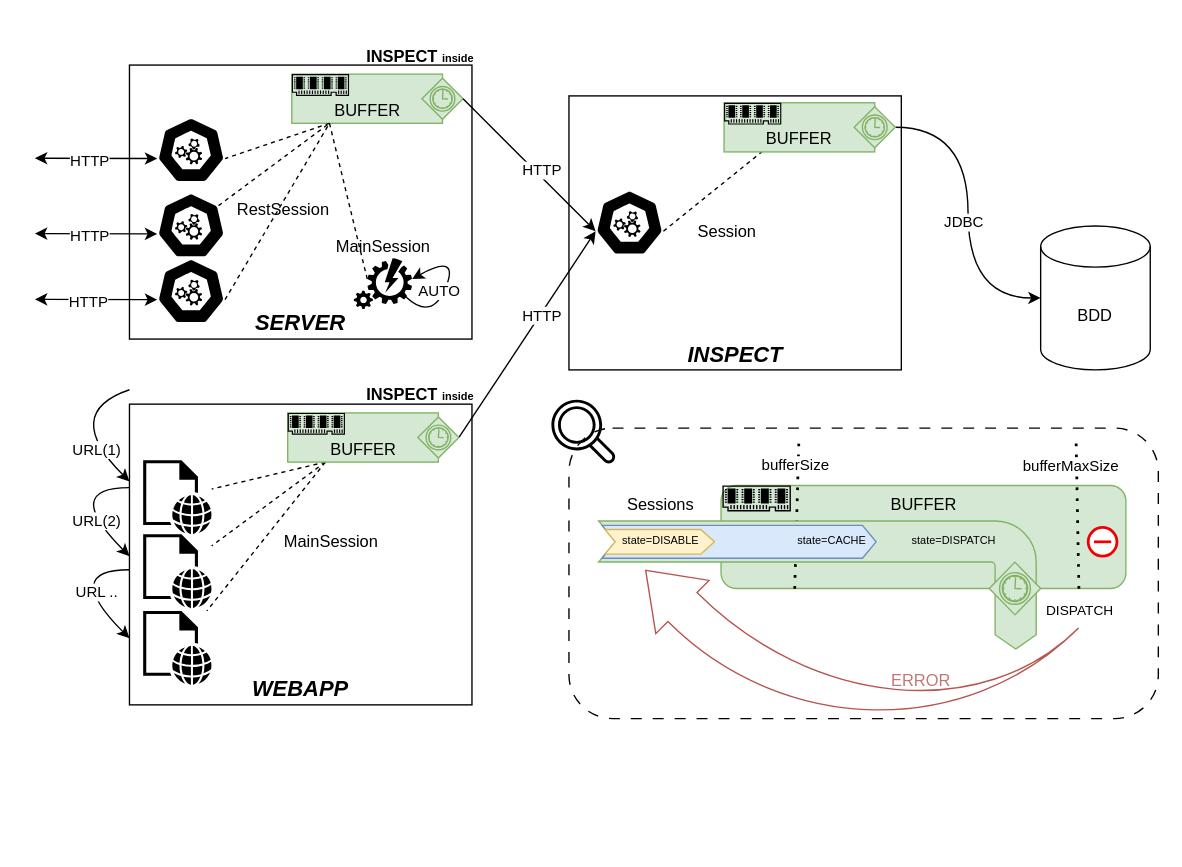
oneteme/inspect-core keeps this draw.io diagram as page "buffer" (4 of 5) of doc/diagram/Diagramme sans nom.drawio. Above is the earlier version. Source tidied: cells renumbered, new cells numbered last; positions are measured from the earlier drawing's top-left corner, leaving out a move shared by most shapes. Both pictures are drawn from the tidied source at 137%, with x=0, y=0 at pixel (34, 23).
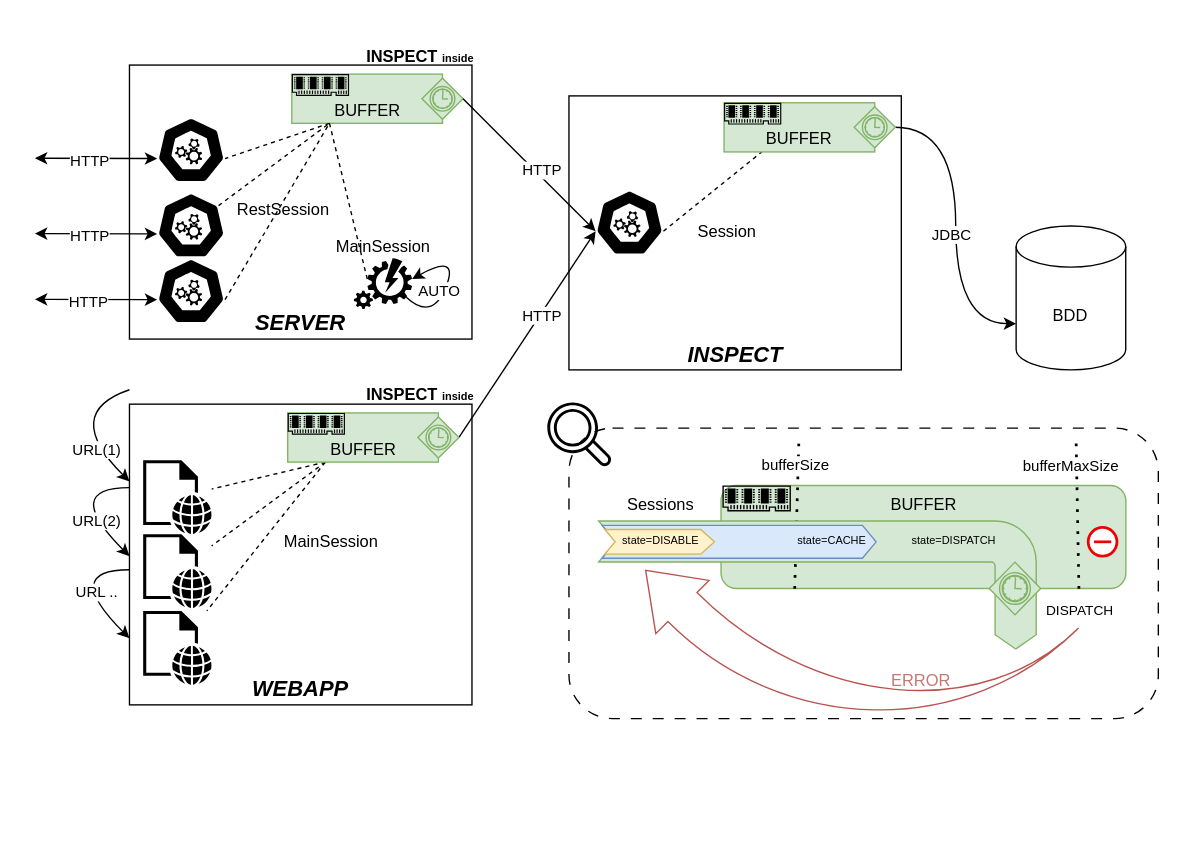
The same page after the edit.

The change refers to these unchanged cells:
```xml
<mxCell id="70" style="points=[[0.25,0.25,0],[0.5,0,0],[0.75,0.25,0],[1,0.5,0],[0.75,0.75,0],[0.5,1,0],[0.25,0.75,0],[0,0.5,0]];shape=mxgraph.bpmn.gateway2;html=1;verticalLabelPosition=bottom;labelBackgroundColor=#ffffff;verticalAlign=top;align=center;perimeter=rhombusPerimeter;outlineConnect=0;outline=catching;symbol=timer;fillColor=#d5e8d4;strokeColor=#82b366;" parent="1" vertex="1">
  <mxGeometry x="598" y="60.4" width="30" height="30" as="geometry" />
</mxCell>
```

Change to the diagram source:
```diff
@@
     <mxCell id="18" value="BDD" style="shape=cylinder3;whiteSpace=wrap;html=1;boundedLbl=1;backgroundOutline=1;size=15;" parent="1" vertex="1">
-      <mxGeometry x="734.1" y="147.5" width="80" height="105" as="geometry" />
+      <mxGeometry x="716.2" y="147.5" width="80" height="105" as="geometry" />
     </mxCell>
@@
-    <mxCell id="40" style="endArrow=classic;startArrow=none;html=1;rounded=0;entryX=0;entryY=0.5;entryDx=0;entryDy=0;entryPerimeter=0;startFill=0;edgeStyle=orthogonalEdgeStyle;curved=1;" parent="1" edge="1" source="70" target="18">
+    <mxCell id="40" style="endArrow=classic;startArrow=none;html=1;rounded=0;entryX=0;entryY=0;entryDx=0;entryDy=71.25;entryPerimeter=0;startFill=0;edgeStyle=orthogonalEdgeStyle;curved=1;" parent="1" edge="1" source="70" target="18">
       <mxGeometry relative="1" as="geometry" />
     </mxCell>
@@
     <mxCell id="65" style="sketch=0;fontColor=#232F3E;gradientColor=none;fillColor=#000000;strokeColor=none;dashed=0;verticalLabelPosition=bottom;verticalAlign=top;align=center;html=1;fontSize=12;fontStyle=0;shape=mxgraph.aws4.magnifying_glass_2;" parent="1" vertex="1">
-      <mxGeometry x="377" y="274" width="47" height="47" as="geometry" />
+      <mxGeometry x="374" y="276" width="47" height="47" as="geometry" />
     </mxCell>
```
